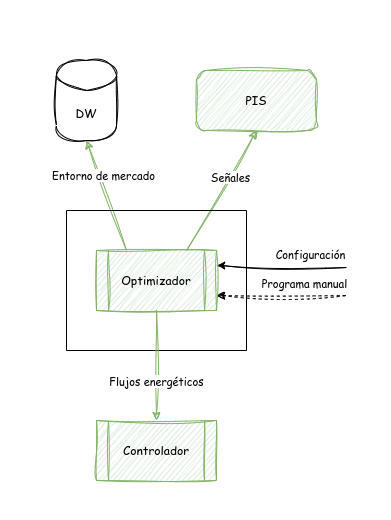
This is assets/figures/arquitectura-modelizacion.png from josugoar/optibat, a draw.io export, as it was before one commit. Source tidied: cells renumbered, new cells last; positions are measured from the earlier drawing's top-left corner, leaving out a move shared by most shapes. The source it was exported from:
```xml
<mxGraphModel background="#ffffff">
  <root>
    <mxCell id="0" />
    <mxCell id="1" parent="0" />
    <mxCell id="2" value="DW" style="shape=cylinder3;whiteSpace=wrap;html=1;boundedLbl=1;backgroundOutline=1;size=15;fontFamily=Comic Sans MS;verticalAlign=middle;sketch=1;curveFitting=1;jiggle=2;" parent="1" vertex="1">
      <mxGeometry x="56" y="60" width="60" height="80" as="geometry" />
    </mxCell>
    <mxCell id="3" value="PIS" style="rounded=1;whiteSpace=wrap;html=1;sketch=1;curveFitting=1;jiggle=2;fontFamily=Comic Sans MS;fillColor=#d5e8d4;strokeColor=#82b366;" parent="1" vertex="1">
      <mxGeometry x="196" y="70" width="120" height="60" as="geometry" />
    </mxCell>
    <mxCell id="4" style="edgeStyle=none;html=1;exitX=0.75;exitY=0;exitDx=0;exitDy=0;entryX=0.5;entryY=1;entryDx=0;entryDy=0;sketch=1;curveFitting=1;jiggle=2;fontFamily=Comic Sans MS;fillColor=#d5e8d4;strokeColor=#82b366;" parent="1" edge="1" source="15" target="3">
      <mxGeometry relative="1" as="geometry" />
    </mxCell>
    <mxCell id="5" value="Señales" style="edgeLabel;html=1;align=center;verticalAlign=middle;sketch=1;curveFitting=1;jiggle=2;fontFamily=Comic Sans MS;" parent="4" vertex="1">
      <mxGeometry x="-0.01" y="1" relative="1" as="geometry">
        <mxPoint x="10" y="-14" as="offset" />
      </mxGeometry>
    </mxCell>
    <mxCell id="6" style="edgeStyle=none;html=1;exitX=1;exitY=0.25;exitDx=0;exitDy=0;startArrow=classic;startFill=1;endArrow=none;endFill=0;sketch=1;curveFitting=1;jiggle=2;fontFamily=Comic Sans MS;" parent="1" edge="1" source="15" target="12">
      <mxGeometry relative="1" as="geometry" />
    </mxCell>
    <mxCell id="7" value="Configuración" style="edgeLabel;html=1;align=center;verticalAlign=middle;sketch=1;curveFitting=1;jiggle=2;fontFamily=Comic Sans MS;" parent="6" vertex="1">
      <mxGeometry x="-0.1" y="-1" relative="1" as="geometry">
        <mxPoint x="35" y="-13" as="offset" />
      </mxGeometry>
    </mxCell>
    <mxCell id="8" style="edgeStyle=none;html=1;exitX=1;exitY=0.75;exitDx=0;exitDy=0;startArrow=classic;startFill=1;endArrow=none;endFill=0;sketch=1;curveFitting=1;jiggle=2;fontFamily=Comic Sans MS;dashed=1;" parent="1" edge="1" source="15" target="13">
      <mxGeometry relative="1" as="geometry" />
    </mxCell>
    <mxCell id="9" value="Programa manual" style="edgeLabel;html=1;align=center;verticalAlign=middle;sketch=1;curveFitting=1;jiggle=2;fontFamily=Comic Sans MS;" parent="8" vertex="1">
      <mxGeometry x="-0.41" relative="1" as="geometry">
        <mxPoint x="49" y="-12" as="offset" />
      </mxGeometry>
    </mxCell>
    <mxCell id="10" style="edgeStyle=none;html=1;exitX=0.25;exitY=0;exitDx=0;exitDy=0;entryX=0.5;entryY=1;entryDx=0;entryDy=0;entryPerimeter=0;sketch=1;curveFitting=1;jiggle=2;fontFamily=Comic Sans MS;fillColor=#d5e8d4;strokeColor=#82b366;" parent="1" edge="1" source="15" target="2">
      <mxGeometry relative="1" as="geometry" />
    </mxCell>
    <mxCell id="11" value="Entorno de mercado" style="edgeLabel;html=1;align=center;verticalAlign=middle;sketch=1;curveFitting=1;jiggle=2;fontFamily=Comic Sans MS;" parent="10" vertex="1">
      <mxGeometry x="0.08" relative="1" as="geometry">
        <mxPoint x="-2" y="-16" as="offset" />
      </mxGeometry>
    </mxCell>
    <mxCell id="12" style="shape=waypoint;size=6;points=[];fillColor=none;perimeter=centerPerimeter;snapToPoint=1;strokeColor=none;sketch=1;curveFitting=1;jiggle=2;fontFamily=Comic Sans MS;" parent="1" vertex="1">
      <mxGeometry x="336" y="257" width="20" height="20" as="geometry" />
    </mxCell>
    <mxCell id="13" style="shape=waypoint;size=6;points=[];fillColor=none;perimeter=centerPerimeter;snapToPoint=1;strokeColor=none;sketch=1;curveFitting=1;jiggle=2;fontFamily=Comic Sans MS;" parent="1" vertex="1">
      <mxGeometry x="336" y="285" width="20" height="20" as="geometry" />
    </mxCell>
    <mxCell id="14" style="swimlane;startSize=0;" parent="1" vertex="1">
      <mxGeometry x="66" y="210" width="180" height="140" as="geometry" />
    </mxCell>
    <mxCell id="15" value="Optimizador" style="shape=process;whiteSpace=wrap;html=1;backgroundOutline=1;sketch=1;curveFitting=1;jiggle=2;fontFamily=Comic Sans MS;fillColor=#d5e8d4;strokeColor=#82b366;" parent="14" vertex="1">
      <mxGeometry x="30" y="40" width="120" height="60" as="geometry" />
    </mxCell>
    <mxCell id="16" value="Controlador" style="shape=process;whiteSpace=wrap;html=1;backgroundOutline=1;sketch=1;curveFitting=1;jiggle=2;fontFamily=Comic Sans MS;fillColor=#d5e8d4;strokeColor=#82b366;" parent="1" vertex="1">
      <mxGeometry x="96" y="420" width="120" height="60" as="geometry" />
    </mxCell>
    <mxCell id="17" style="edgeStyle=none;html=1;exitX=0.5;exitY=1;exitDx=0;exitDy=0;entryX=0.5;entryY=0;entryDx=0;entryDy=0;sketch=1;curveFitting=1;jiggle=2;fontFamily=Comic Sans MS;fillColor=#d5e8d4;strokeColor=#82b366;" parent="1" edge="1" source="15" target="16">
      <mxGeometry relative="1" as="geometry" />
    </mxCell>
    <mxCell id="18" value="Flujos energéticos" style="edgeLabel;html=1;align=center;verticalAlign=middle;sketch=1;curveFitting=1;jiggle=2;fontFamily=Comic Sans MS;" parent="17" vertex="1">
      <mxGeometry x="-0.3" y="1" relative="1" as="geometry">
        <mxPoint x="-1" y="32" as="offset" />
      </mxGeometry>
    </mxCell>
    <mxCell id="19" style="swimlane;startSize=0;fillColor=none;swimlaneFillColor=none;strokeColor=none;" parent="1" vertex="1">
      <mxGeometry width="391" height="520" as="geometry" />
    </mxCell>
  </root>
</mxGraphModel>
```
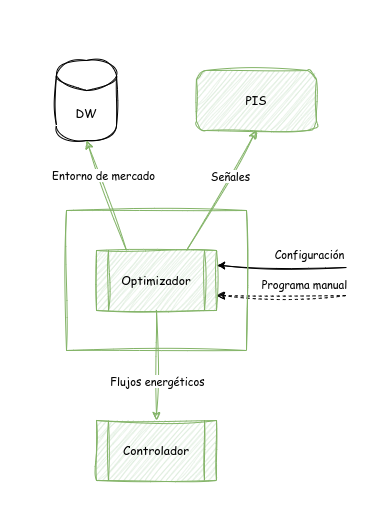
The same diagram one commit later.

Commit message:
Add diagram captions

Diff of the diagram source:
```diff
@@ -46,7 +46,7 @@
     <mxCell id="13" style="shape=waypoint;size=6;points=[];fillColor=none;perimeter=centerPerimeter;snapToPoint=1;strokeColor=none;sketch=1;curveFitting=1;jiggle=2;fontFamily=Comic Sans MS;" parent="1" vertex="1">
       <mxGeometry x="336" y="285" width="20" height="20" as="geometry" />
     </mxCell>
-    <mxCell id="14" style="swimlane;startSize=0;" parent="1" vertex="1">
+    <mxCell id="14" style="swimlane;startSize=0;fillColor=#d5e8d4;strokeColor=#82b366;sketch=1;curveFitting=1;jiggle=2;" parent="1" vertex="1">
       <mxGeometry x="66" y="210" width="180" height="140" as="geometry" />
     </mxCell>
     <mxCell id="15" value="Optimizador" style="shape=process;whiteSpace=wrap;html=1;backgroundOutline=1;sketch=1;curveFitting=1;jiggle=2;fontFamily=Comic Sans MS;fillColor=#d5e8d4;strokeColor=#82b366;" parent="14" vertex="1">
```
